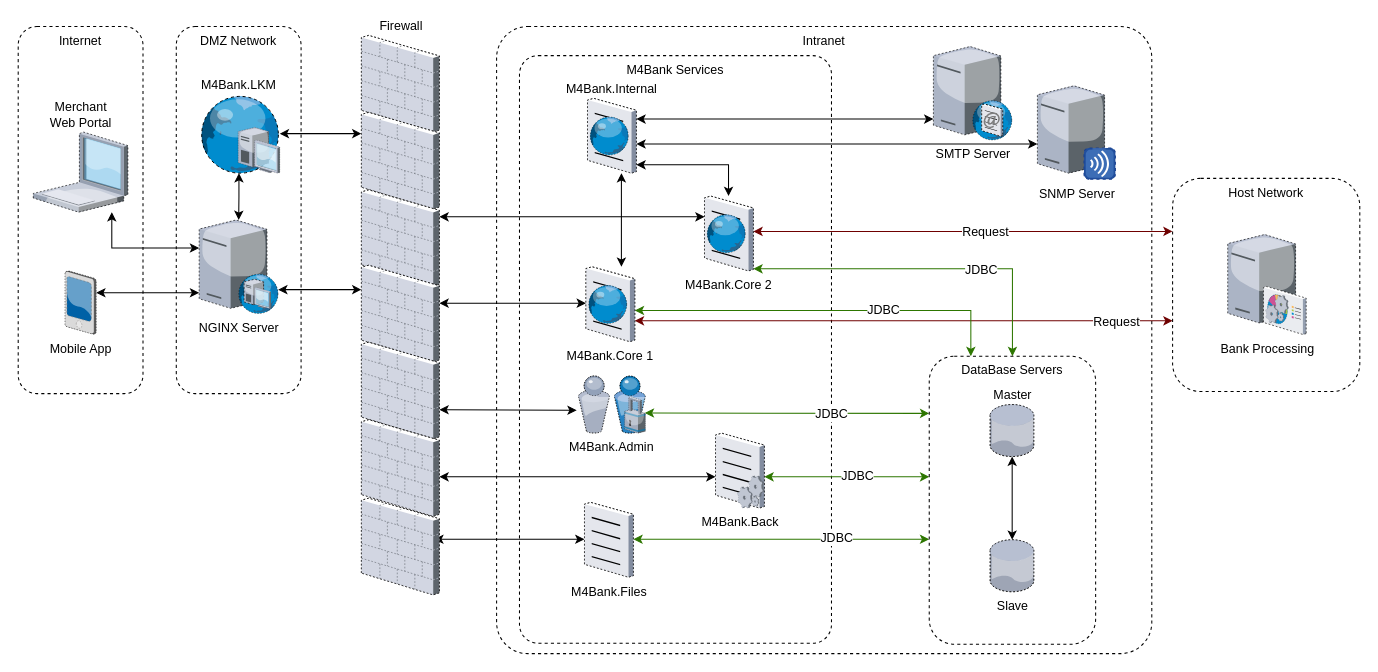
Above: new_simple.drawio in psih0z/draw.io (draw.io), before the change. Source tidied: cells renumbered, new cells numbered last; positions are measured from the earlier drawing's top-left corner, leaving out a move shared by most shapes. Both pictures are drawn from the tidied source at 104%, with x=0, y=0 at pixel (18, 26).
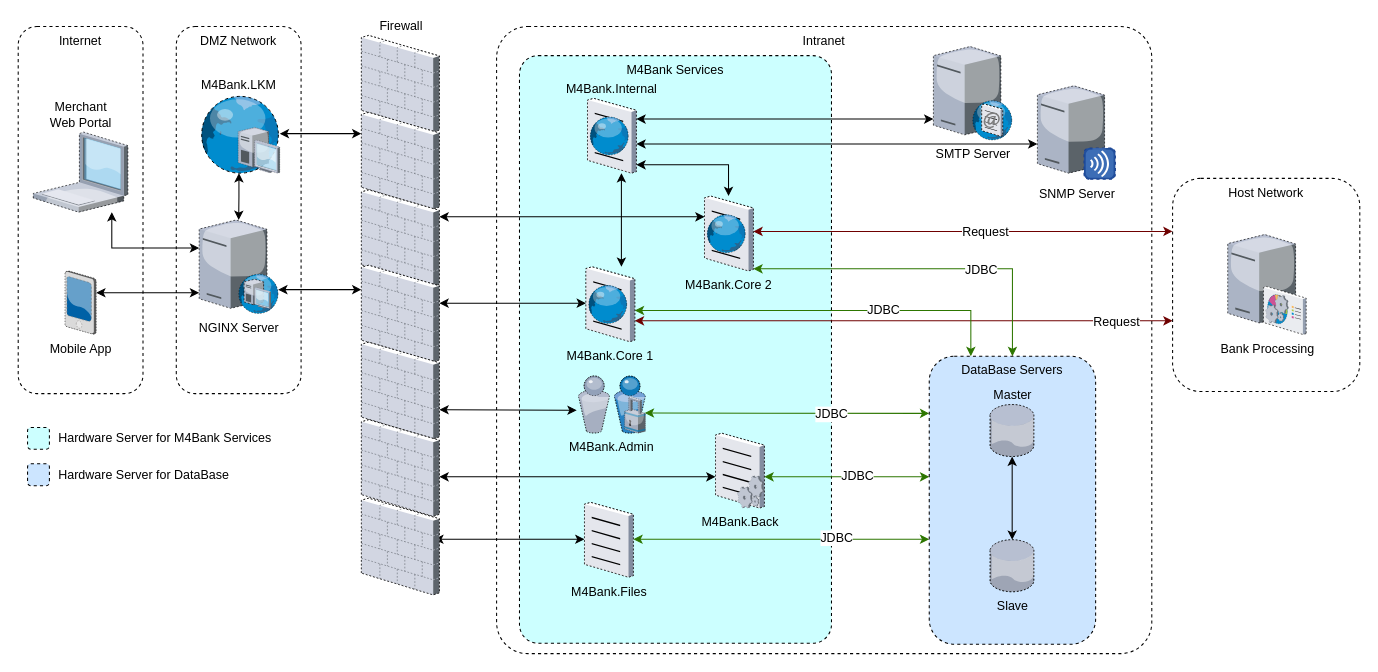
The same diagram, later.

Change to the diagram source:
```diff
@@
-    <mxCell id="3" style="group;" parent="1" vertex="1">
+    <mxCell id="3" style="group;fillColor=#ffffff;" parent="1" vertex="1">
       <mxGeometry x="1110" y="146" width="180" height="205" as="geometry" />
     </mxCell>
-    <mxCell id="4" value="Host Network" style="whiteSpace=wrap;html=1;rounded=1;dashed=1;strokeColor=#000000;verticalAlign=top;" parent="3" vertex="1">
+    <mxCell id="4" value="Host Network" style="whiteSpace=wrap;html=1;rounded=1;dashed=1;strokeColor=#000000;verticalAlign=top;fillColor=none;" parent="3" vertex="1">
       <mxGeometry width="180" height="205" as="geometry" />
     </mxCell>
@@
-    <mxCell id="8" value="M4Bank Services" style="whiteSpace=wrap;html=1;rounded=1;dashed=1;strokeColor=#000000;verticalAlign=top;arcSize=6;" parent="1" vertex="1">
+    <mxCell id="8" value="M4Bank Services" style="whiteSpace=wrap;html=1;rounded=1;dashed=1;strokeColor=#000000;verticalAlign=top;arcSize=6;fillColor=#CCFFFF;" parent="1" vertex="1">
       <mxGeometry x="482" y="28" width="300" height="565" as="geometry" />
     </mxCell>
@@
-    <mxCell id="61" value="DataBase Servers" style="whiteSpace=wrap;html=1;rounded=1;dashed=1;strokeColor=#000000;verticalAlign=top;" parent="1" vertex="1">
+    <mxCell id="61" value="DataBase Servers" style="whiteSpace=wrap;html=1;rounded=1;dashed=1;strokeColor=#000000;verticalAlign=top;fillColor=#CCE5FF;" parent="1" vertex="1">
       <mxGeometry x="876" y="317" width="160" height="277" as="geometry" />
     </mxCell>
@@
+    <mxCell id="73" style="group;" parent="1" vertex="1">
+      <mxGeometry x="9" y="385.5" width="248" height="56" as="geometry" />
+    </mxCell>
+    <mxCell id="74" style="whiteSpace=wrap;html=1;rounded=1;dashed=1;strokeColor=#000000;fillColor=#CCFFFF;labelPosition=right;verticalLabelPosition=middle;align=left;verticalAlign=middle;" parent="73" vertex="1">
+      <mxGeometry width="21" height="21" as="geometry" />
+    </mxCell>
+    <mxCell id="75" style="whiteSpace=wrap;html=1;rounded=1;dashed=1;strokeColor=#000000;fillColor=#CCE5FF;labelPosition=right;verticalLabelPosition=middle;align=left;verticalAlign=middle;" parent="73" vertex="1">
+      <mxGeometry y="35" width="21" height="21" as="geometry" />
+    </mxCell>
+    <mxCell id="76" value="Hardware Server for M4Bank Services" style="text;html=1;align=left;verticalAlign=top;spacingTop=-4;" parent="73" vertex="1">
+      <mxGeometry x="28" width="220" height="20" as="geometry" />
+    </mxCell>
+    <mxCell id="77" value="Hardware Server for DataBase" style="text;html=1;align=left;verticalAlign=top;spacingTop=-4;" parent="73" vertex="1">
+      <mxGeometry x="27.5" y="36" width="180" height="20" as="geometry" />
+    </mxCell>
```
